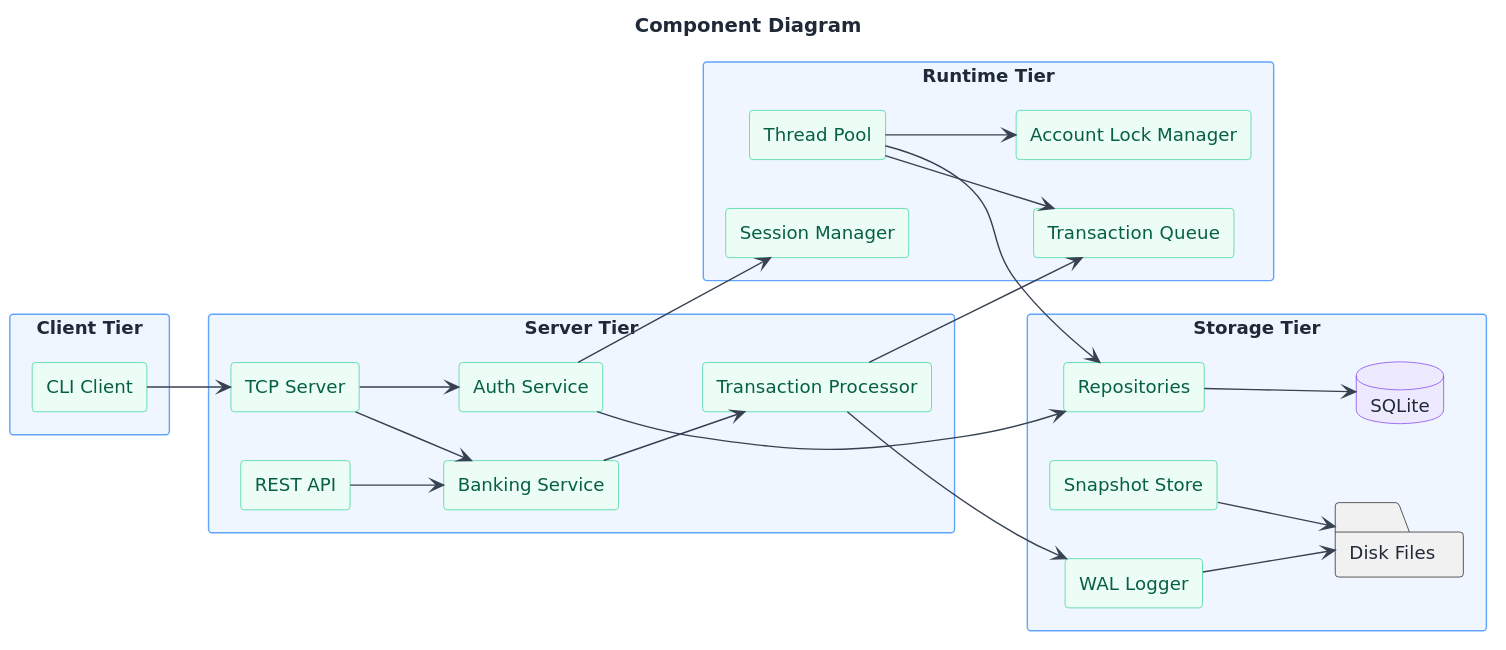
alichlaifa/Bank_Managment_System keeps this PlantUML diagram as docs/uml/component/03_component.svg. Above is the earlier version. The source it was exported from:
```plantuml
@startuml
skinparam backgroundColor #FFFFFF
skinparam shadowing false
skinparam defaultFontName "DejaVu Sans"
skinparam defaultFontSize 13
skinparam defaultFontColor #1F2937
skinparam ArrowColor #374151
skinparam ArrowFontColor #111827
skinparam ArrowFontSize 12
skinparam classBackgroundColor #F9FAFB
skinparam classBorderColor #6B7280
skinparam classArrowColor #374151
skinparam classFontColor #111827
skinparam classFontStyle bold
skinparam classAttributeFontColor #374151
skinparam packageStyle rectangle
skinparam packageBackgroundColor #EFF6FF
skinparam packageBorderColor #60A5FA
skinparam packageFontColor #1E3A8A
skinparam packageFontStyle bold
skinparam noteBackgroundColor #FEF3C7
skinparam noteBorderColor #F59E0B
skinparam noteFontColor #78350F
skinparam componentStyle rectangle
skinparam componentBackgroundColor #ECFDF5
skinparam componentBorderColor #34D399
skinparam componentFontColor #065F46
skinparam actorBackgroundColor #FCE7F3
skinparam actorBorderColor #EC4899
skinparam usecaseBackgroundColor #FEF2F2
skinparam usecaseBorderColor #F87171
skinparam sequenceLifeLineBackgroundColor #F3F4F6
skinparam sequenceLifeLineBorderColor #9CA3AF
skinparam sequenceParticipantBackgroundColor #DBEAFE
skinparam sequenceParticipantBorderColor #2563EB
skinparam sequenceArrowColor #374151
skinparam stateBackgroundColor #F0FDF4
skinparam stateBorderColor #16A34A
skinparam stateFontColor #14532D
skinparam activityBackgroundColor #FEF9C3
skinparam activityBorderColor #EAB308
skinparam databaseBackgroundColor #EDE9FE
skinparam databaseBorderColor #7C3AED
title Component Diagram
left to right direction

package "Client Tier" {
  component [CLI Client] as CLI
}
package "Server Tier" {
  component [TCP Server] as TCP
  component [REST API] as REST
  component [Banking Service] as Bank
  component [Auth Service] as Auth
  component [Transaction Processor] as TxProc
}
package "Runtime Tier" {
  component [Thread Pool] as Pool
  component [Transaction Queue] as Queue
  component [Account Lock Manager] as Locks
  component [Session Manager] as Sessions
}
package "Storage Tier" {
  component [WAL Logger] as WAL
  component [Snapshot Store] as Snap
  component [Repositories] as Repos
  database "SQLite" as DB
  folder "Disk Files" as Disk
}

CLI --> TCP
REST --> Bank
TCP --> Auth
TCP --> Bank
Bank --> TxProc
TxProc --> Queue
Pool --> Queue
Pool --> Locks
Pool --> Repos
TxProc --> WAL
WAL --> Disk
Repos --> DB
Snap --> Disk
Auth --> Repos
Auth --> Sessions
@enduml
```
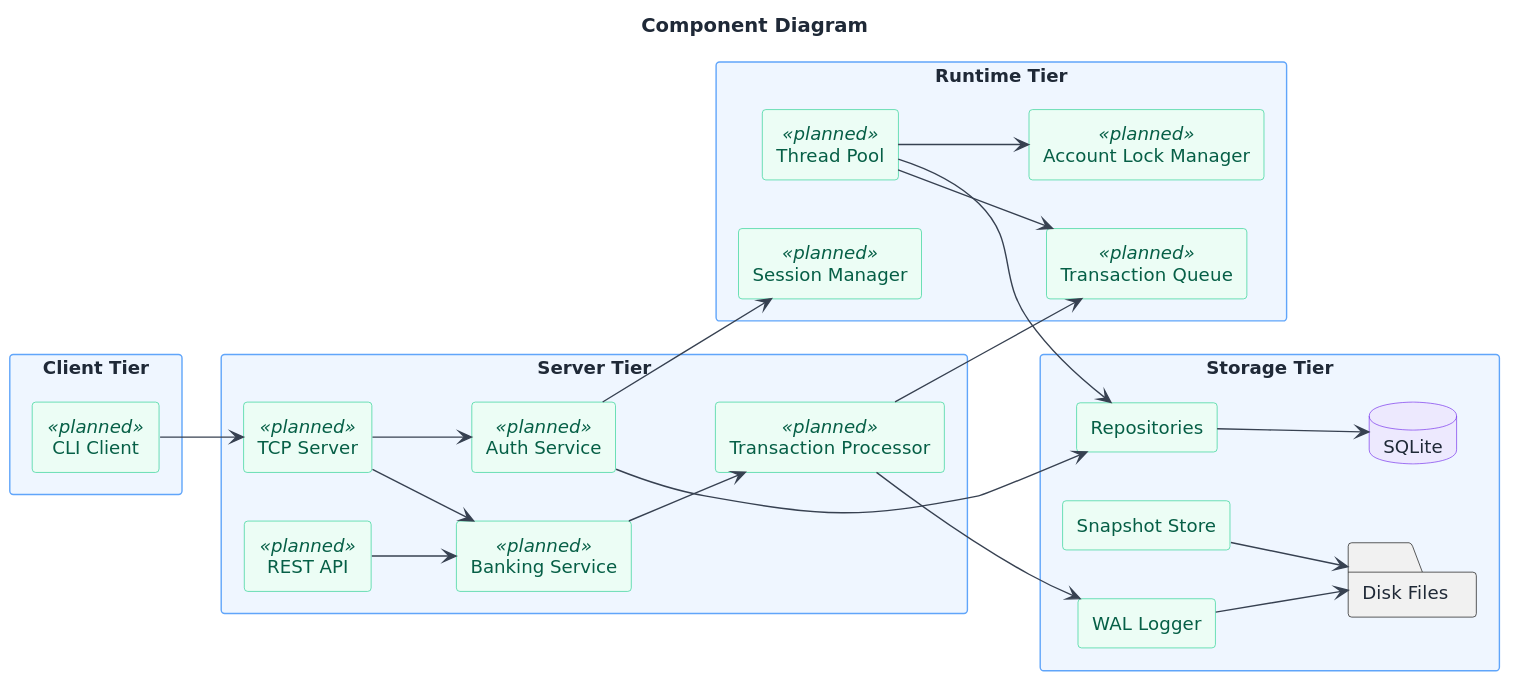
After the change.

What changed in the source:
```diff
@@ -45,20 +45,20 @@
 left to right direction
 
 package "Client Tier" {
-  component [CLI Client] as CLI
+  component [CLI Client] as CLI <<planned>>
 }
 package "Server Tier" {
-  component [TCP Server] as TCP
-  component [REST API] as REST
-  component [Banking Service] as Bank
-  component [Auth Service] as Auth
-  component [Transaction Processor] as TxProc
+  component [TCP Server] as TCP <<planned>>
+  component [REST API] as REST <<planned>>
+  component [Banking Service] as Bank <<planned>>
+  component [Auth Service] as Auth <<planned>>
+  component [Transaction Processor] as TxProc <<planned>>
 }
 package "Runtime Tier" {
-  component [Thread Pool] as Pool
-  component [Transaction Queue] as Queue
-  component [Account Lock Manager] as Locks
-  component [Session Manager] as Sessions
+  component [Thread Pool] as Pool <<planned>>
+  component [Transaction Queue] as Queue <<planned>>
+  component [Account Lock Manager] as Locks <<planned>>
+  component [Session Manager] as Sessions <<planned>>
 }
 package "Storage Tier" {
   component [WAL Logger] as WAL
```
